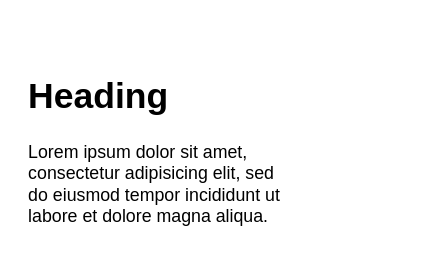
This is Untitled Diagram.drawio from Xuanyiyiren/Drawio_repo, a draw.io file, before an edit. Source tidied: cells renumbered, new cells numbered last; positions are measured from the earlier drawing's top-left corner, leaving out a move shared by most shapes. Both pictures are drawn from the tidied source at 148%, with x=0, y=0 at pixel (25, 65).
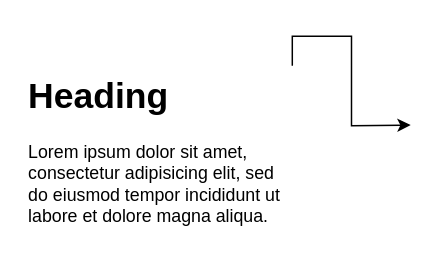
The same diagram, later.

The edit, as a diff of the source:
```diff
@@
 <mxGraphModel>
   <root>
     <mxCell id="0" />
     <mxCell id="1" parent="0" />
+    <mxCell id="3" style="edgeStyle=orthogonalEdgeStyle;rounded=0;jettySize=auto;html=1;exitX=1;exitY=0;exitDx=0;exitDy=0;" parent="1" edge="1" source="2">
+      <mxGeometry relative="1" as="geometry">
+        <mxPoint x="260" y="40" as="targetPoint" />
+      </mxGeometry>
+    </mxCell>
     <mxCell id="2" value="&lt;h1 style=&quot;margin-top: 0px;&quot;&gt;Heading&lt;/h1&gt;&lt;p&gt;Lorem ipsum dolor sit amet, consectetur adipisicing elit, sed do eiusmod tempor incididunt ut labore et dolore magna aliqua.&lt;/p&gt;" style="text;html=1;whiteSpace=wrap;overflow=hidden;rounded=0;" parent="1" vertex="1">
       <mxGeometry width="180" height="120" as="geometry" />
     </mxCell>
   </root>
 </mxGraphModel>
```
